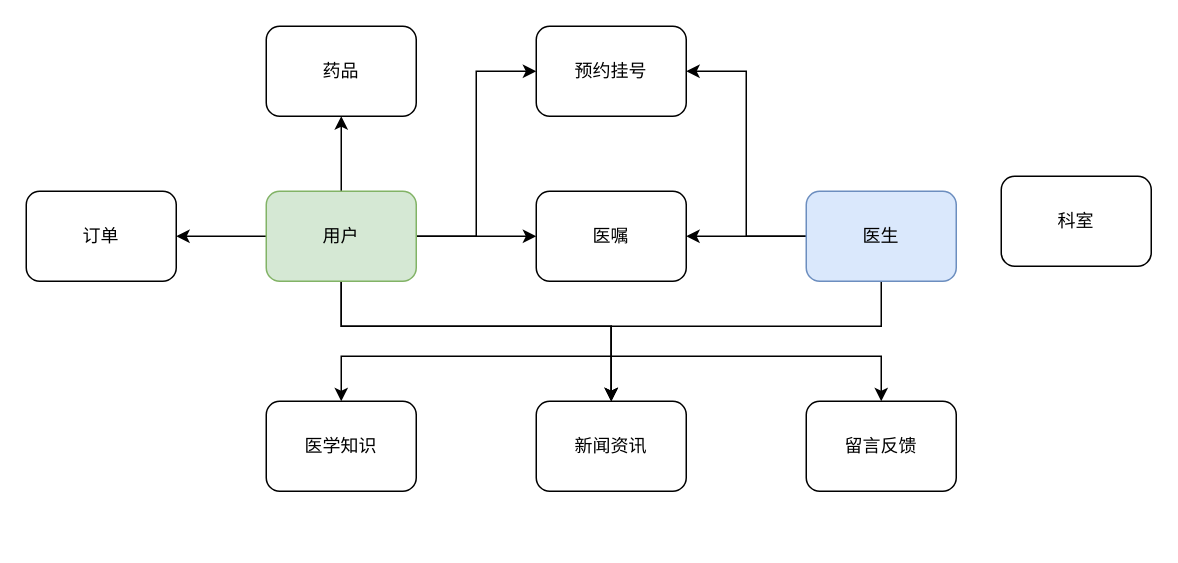
beingwhite/diagrams keeps this draw.io diagram as Untitled Diagram.drawio. Above is the earlier version. Source tidied: cells renumbered, new cells numbered last; positions are measured from the earlier drawing's top-left corner, leaving out a move shared by most shapes. Both pictures are drawn from the tidied source at 150%, with x=0, y=0 at pixel (26, 26).
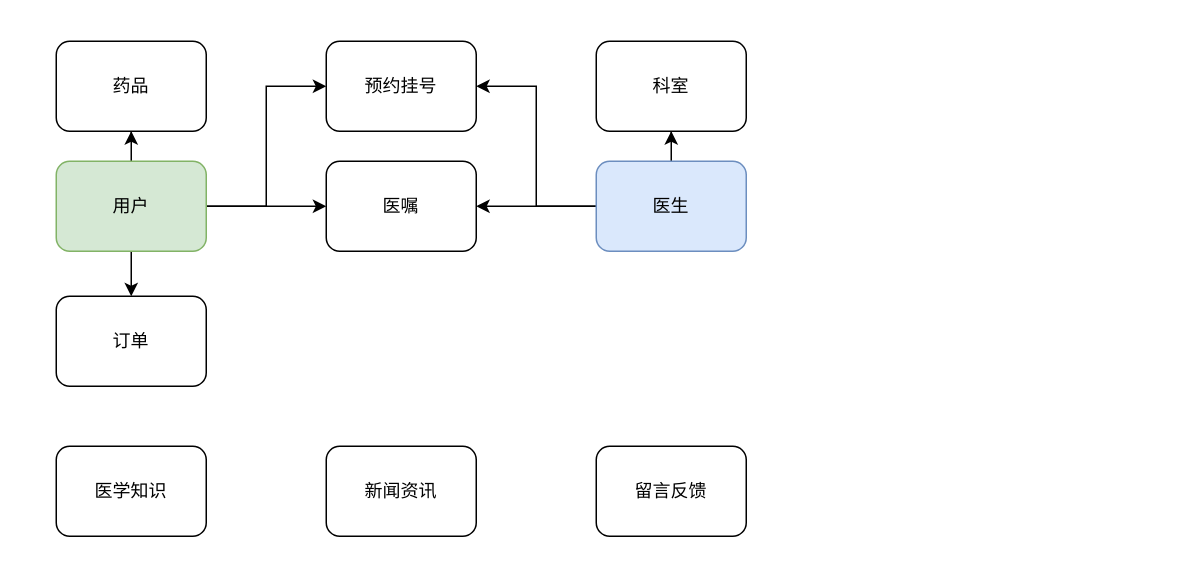
Above is the later version.

Commit message:
全局ER图宠物医院

Diff of the diagram source:
```diff
@@
-    <mxCell id="4" style="edgeStyle=orthogonalEdgeStyle;rounded=0;jettySize=auto;html=1;entryX=0.5;entryY=0;entryDx=0;entryDy=0;" parent="1" edge="1" source="8" target="17">
-      <mxGeometry relative="1" as="geometry">
-        <Array as="points">
-          <mxPoint x="210" y="200" />
-          <mxPoint x="390" y="200" />
-        </Array>
-      </mxGeometry>
-    </mxCell>
-    <mxCell id="5" style="edgeStyle=orthogonalEdgeStyle;rounded=0;jettySize=auto;html=1;" parent="1" edge="1" source="8" target="17">
-      <mxGeometry relative="1" as="geometry">
-        <Array as="points">
-          <mxPoint x="210" y="200" />
-          <mxPoint x="390" y="200" />
-        </Array>
-      </mxGeometry>
-    </mxCell>
@@
     <mxCell id="8" value="用户" style="rounded=1;whiteSpace=wrap;html=1;fillColor=#d5e8d4;strokeColor=#82b366;" parent="1" vertex="1">
-      <mxGeometry x="160" y="110" width="100" height="60" as="geometry" />
+      <mxGeometry x="20" y="90" width="100" height="60" as="geometry" />
     </mxCell>
@@
-    <mxCell id="11" style="edgeStyle=orthogonalEdgeStyle;rounded=0;jettySize=auto;html=1;entryX=0.5;entryY=0;entryDx=0;entryDy=0;" parent="1" edge="1" source="12" target="17">
-      <mxGeometry relative="1" as="geometry">
-        <Array as="points">
-          <mxPoint x="570" y="200" />
-          <mxPoint x="390" y="200" />
-        </Array>
-      </mxGeometry>
-    </mxCell>
+    <mxCell id="23" style="edgeStyle=orthogonalEdgeStyle;rounded=0;jettySize=auto;html=1;" parent="1" edge="1" source="12" target="15">
+      <mxGeometry relative="1" as="geometry" />
+    </mxCell>
     <mxCell id="12" value="医生" style="rounded=1;whiteSpace=wrap;html=1;fillColor=#dae8fc;strokeColor=#6c8ebf;" parent="1" vertex="1">
-      <mxGeometry x="520" y="110" width="100" height="60" as="geometry" />
+      <mxGeometry x="380" y="90" width="100" height="60" as="geometry" />
     </mxCell>
     <mxCell id="13" value="药品" style="rounded=1;whiteSpace=wrap;html=1;" parent="1" vertex="1">
-      <mxGeometry x="160" width="100" height="60" as="geometry" />
+      <mxGeometry x="20" y="10" width="100" height="60" as="geometry" />
     </mxCell>
     <mxCell id="14" value="订单" style="rounded=1;whiteSpace=wrap;html=1;" parent="1" vertex="1">
-      <mxGeometry y="110" width="100" height="60" as="geometry" />
+      <mxGeometry x="20" y="180" width="100" height="60" as="geometry" />
     </mxCell>
     <mxCell id="15" value="科室" style="rounded=1;whiteSpace=wrap;html=1;" parent="1" vertex="1">
-      <mxGeometry x="650" y="100" width="100" height="60" as="geometry" />
+      <mxGeometry x="380" y="10" width="100" height="60" as="geometry" />
     </mxCell>
     <mxCell id="16" value="医学知识" style="rounded=1;whiteSpace=wrap;html=1;" parent="1" vertex="1">
-      <mxGeometry x="160" y="250" width="100" height="60" as="geometry" />
+      <mxGeometry x="20" y="280" width="100" height="60" as="geometry" />
     </mxCell>
     <mxCell id="17" value="新闻资讯" style="rounded=1;whiteSpace=wrap;html=1;" parent="1" vertex="1">
-      <mxGeometry x="340" y="250" width="100" height="60" as="geometry" />
+      <mxGeometry x="200" y="280" width="100" height="60" as="geometry" />
     </mxCell>
     <mxCell id="18" value="留言反馈" style="rounded=1;whiteSpace=wrap;html=1;" parent="1" vertex="1">
-      <mxGeometry x="520" y="250" width="100" height="60" as="geometry" />
+      <mxGeometry x="380" y="280" width="100" height="60" as="geometry" />
     </mxCell>
     <mxCell id="19" value="预约挂号" style="rounded=1;whiteSpace=wrap;html=1;" parent="1" vertex="1">
-      <mxGeometry x="340" width="100" height="60" as="geometry" />
+      <mxGeometry x="200" y="10" width="100" height="60" as="geometry" />
     </mxCell>
     <mxCell id="20" value="医嘱" style="rounded=1;whiteSpace=wrap;html=1;" parent="1" vertex="1">
-      <mxGeometry x="340" y="110" width="100" height="60" as="geometry" />
+      <mxGeometry x="200" y="90" width="100" height="60" as="geometry" />
     </mxCell>
-    <mxCell id="21" style="endArrow=classic;html=1;rounded=0;entryX=0.5;entryY=0;entryDx=0;entryDy=0;" parent="1" edge="1" target="16">
-      <mxGeometry relative="1" as="geometry">
-        <mxPoint x="390" y="220" as="sourcePoint" />
-        <Array as="points">
-          <mxPoint x="210" y="220" />
-        </Array>
-      </mxGeometry>
-    </mxCell>
-    <mxCell id="22" style="endArrow=classic;html=1;rounded=0;entryX=0.5;entryY=0;entryDx=0;entryDy=0;" parent="1" edge="1" target="18">
-      <mxGeometry relative="1" as="geometry">
-        <mxPoint x="390" y="220" as="sourcePoint" />
-        <Array as="points">
-          <mxPoint x="570" y="220" />
-          <mxPoint x="570" y="240" />
-        </Array>
-      </mxGeometry>
-    </mxCell>
```
